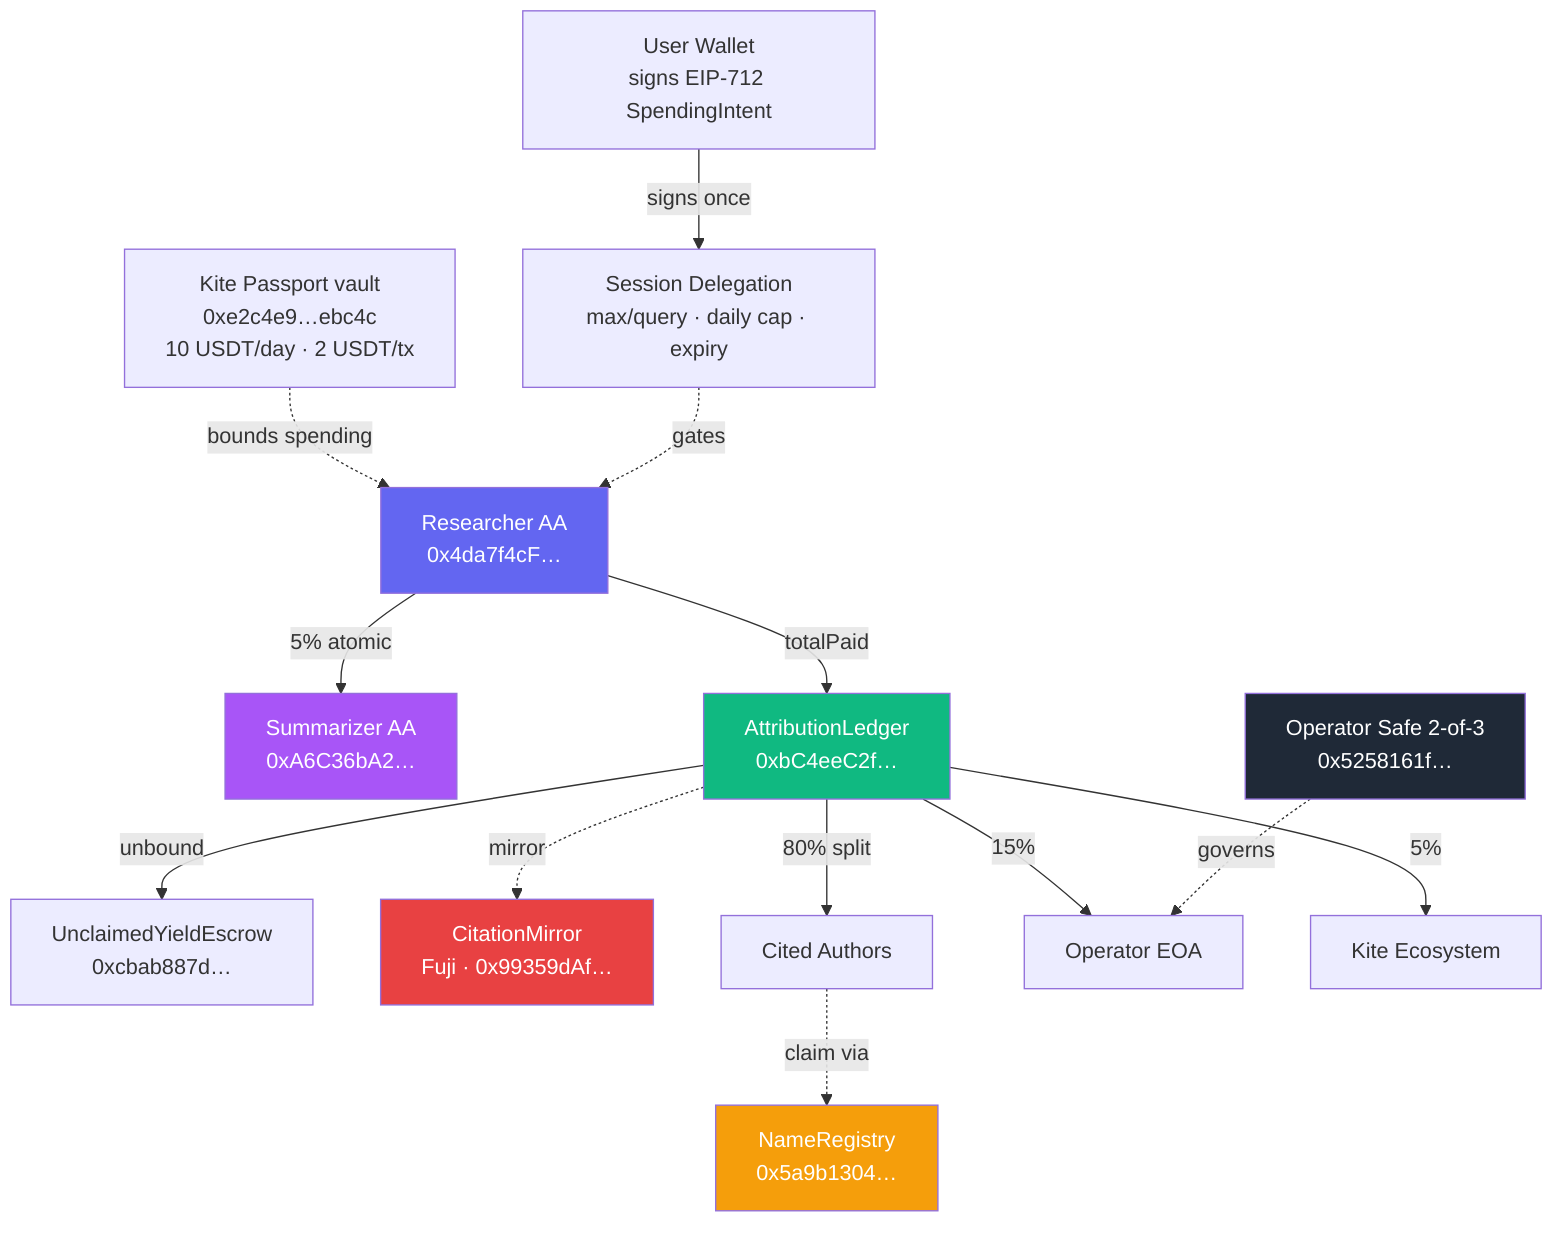
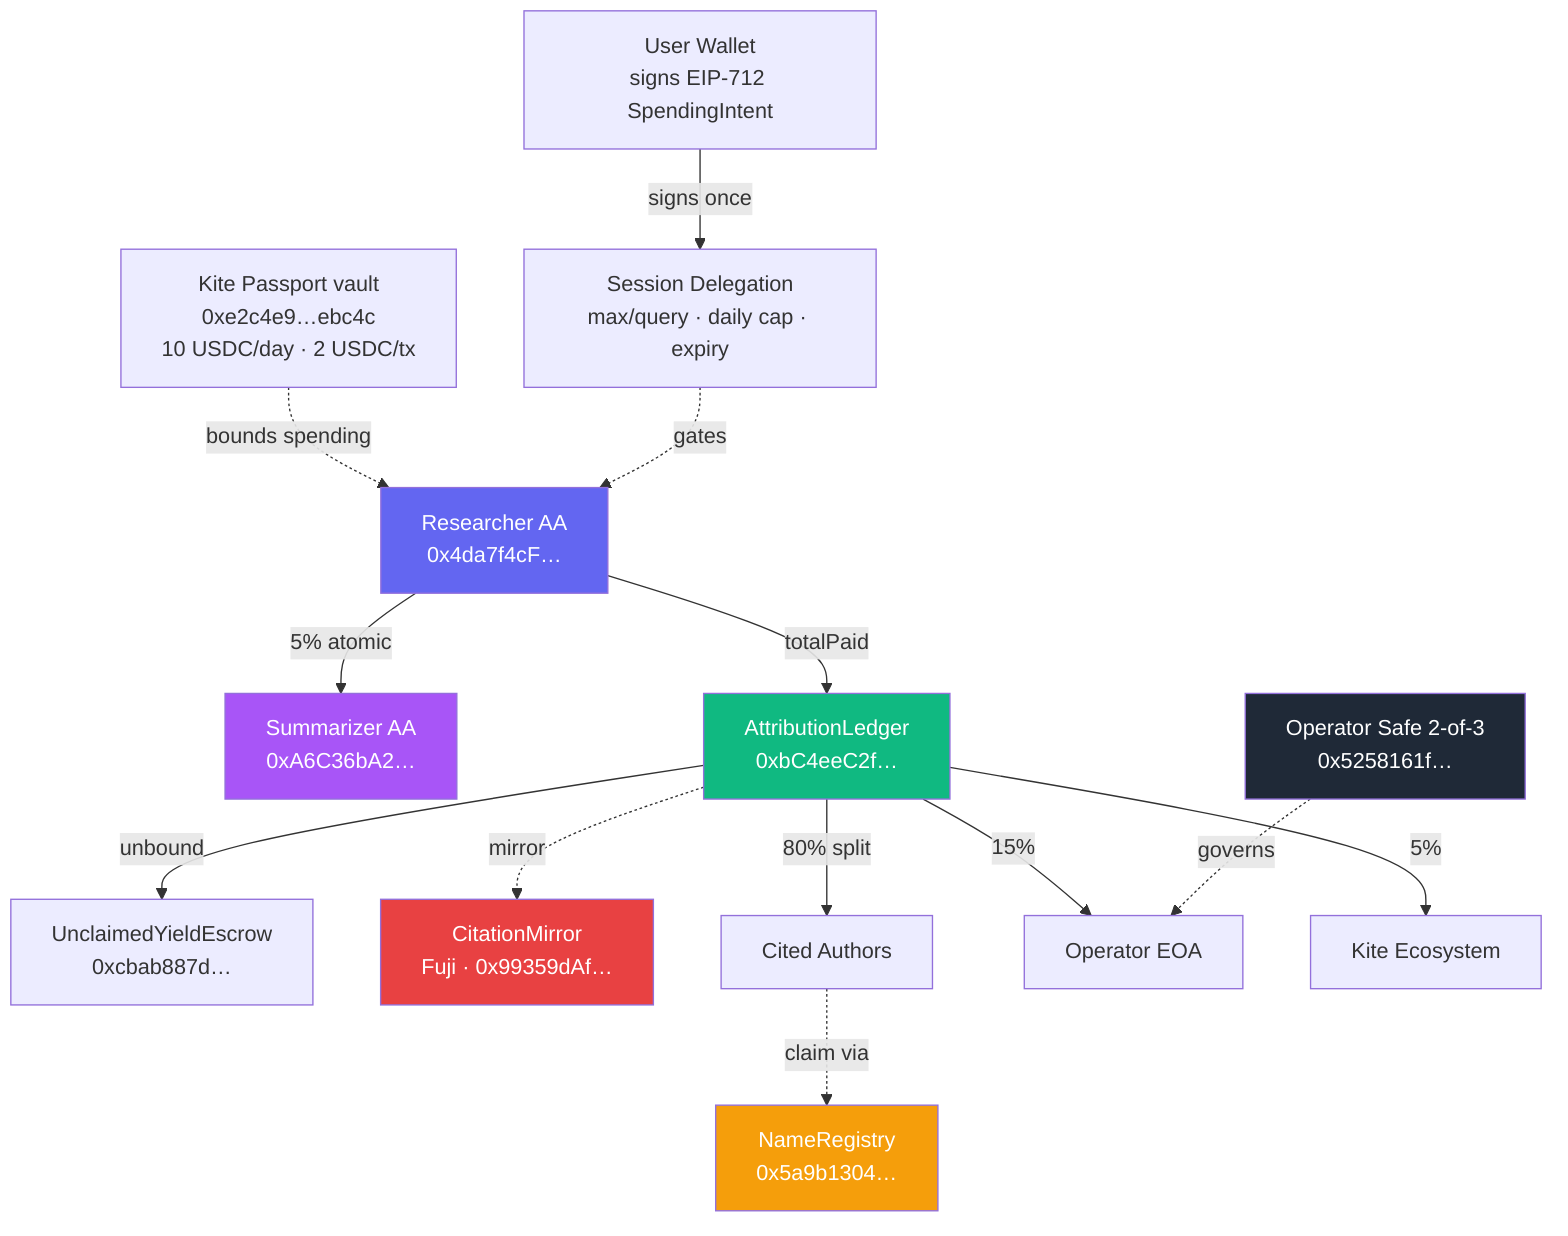
flowchart TB
    User[User Wallet<br/>signs EIP-712 SpendingIntent]
    Passport[Session Delegation<br/>max/query · daily cap · expiry]
-     KitePass[Kite Passport vault<br/>0xe2c4e9…ebc4c<br/>10 USDT/day · 2 USDT/tx]
+     KitePass[Kite Passport vault<br/>0xe2c4e9…ebc4c<br/>10 USDC/day · 2 USDC/tx]
    Researcher[Researcher AA<br/>0x4da7f4cF…]
    Summarizer[Summarizer AA<br/>0xA6C36bA2…]
    Ledger[AttributionLedger<br/>0xbC4eeC2f…]
    NameReg[NameRegistry<br/>0x5a9b1304…]
    Escrow[UnclaimedYieldEscrow<br/>0xcbab887d…]
    Mirror[CitationMirror<br/>Fuji · 0x99359dAf…]
    Safe[Operator Safe 2-of-3<br/>0x5258161f…]

    User --signs once--> Passport
    KitePass -.bounds spending.-> Researcher
    Passport -.gates.-> Researcher
    Researcher --5% atomic--> Summarizer
    Researcher --totalPaid--> Ledger
    Ledger --80% split--> Authors[Cited Authors]
    Ledger --15%--> Operator[Operator EOA]
    Ledger --5%--> Eco[Kite Ecosystem]
    Authors -.claim via.-> NameReg
    Ledger --unbound--> Escrow
    Ledger -.mirror.-> Mirror
    Safe -.governs.-> Operator

    style Researcher fill:#6366f1,color:#fff
    style Summarizer fill:#a855f7,color:#fff
    style Ledger fill:#10b981,color:#fff
    style NameReg fill:#f59e0b,color:#fff
    style Mirror fill:#e84142,color:#fff
    style Safe fill:#1f2937,color:#fff
